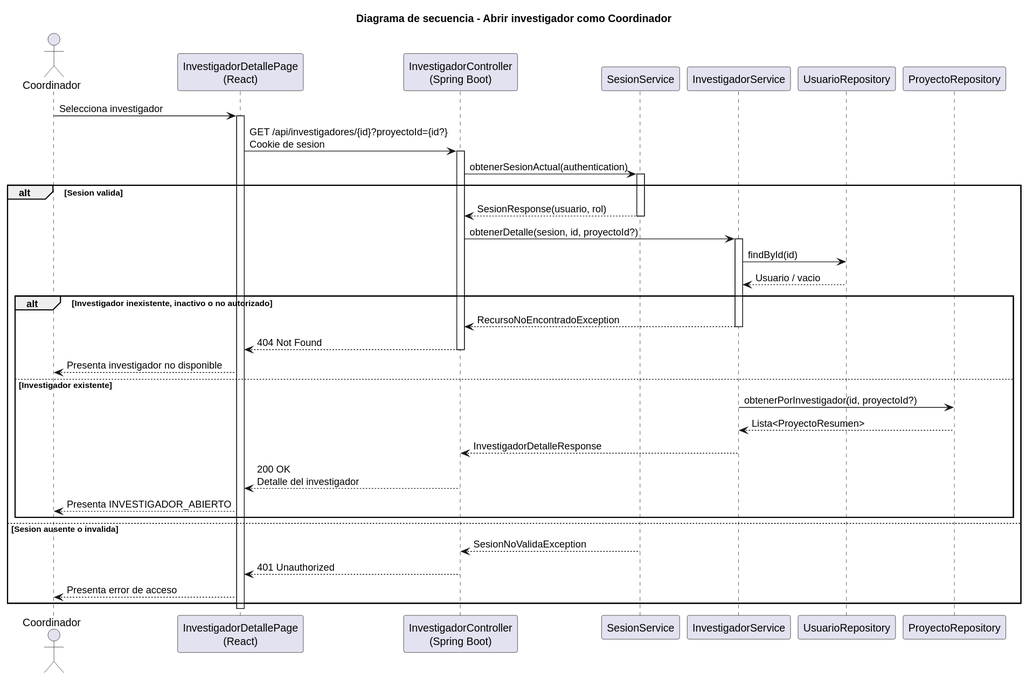
Above: images/RUP/02-diseño/casos-uso/coordinador/abrirInvestigador/secuencia.svg in beatriizorozco/25-26-idsw2-sdVC (PlantUML), before the change.
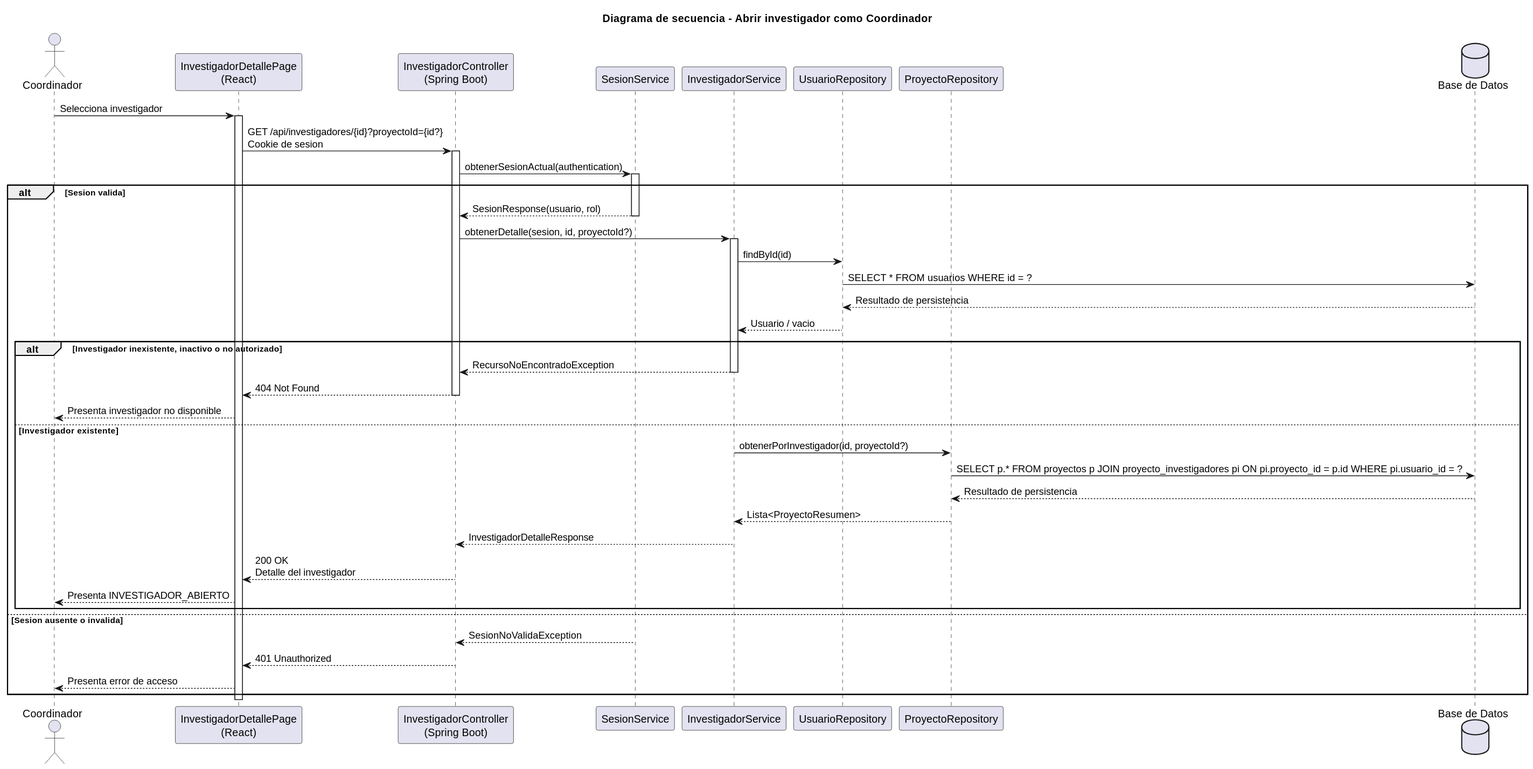
The same file after the commit.

Diff of the diagram source:
```diff
@@ -8,6 +8,7 @@
 participant "InvestigadorService" as Service
 participant "UsuarioRepository" as UsuarioRepo
 participant "ProyectoRepository" as ProyectoRepo
+database "Base de Datos" as DB
 
 Coordinador -> Frontend: Selecciona investigador
 activate Frontend
@@ -21,6 +22,8 @@
     Api -> Service: obtenerDetalle(sesion, id, proyectoId?)
     activate Service
     Service -> UsuarioRepo: findById(id)
+    UsuarioRepo -> DB: SELECT * FROM usuarios WHERE id = ?
+    DB --> UsuarioRepo: Resultado de persistencia
     UsuarioRepo --> Service: Usuario / vacio
     alt Investigador inexistente, inactivo o no autorizado
         Service --> Api: RecursoNoEncontradoException
@@ -30,6 +33,8 @@
         Frontend --> Coordinador: Presenta investigador no disponible
     else Investigador existente
         Service -> ProyectoRepo: obtenerPorInvestigador(id, proyectoId?)
+        ProyectoRepo -> DB: SELECT p.* FROM proyectos p JOIN proyecto_investigadores pi ON pi.proyecto_id = p.id WHERE pi.usuario_id = ?
+        DB --> ProyectoRepo: Resultado de persistencia
         ProyectoRepo --> Service: Lista<ProyectoResumen>
         Service --> Api: InvestigadorDetalleResponse
         deactivate Service
```
